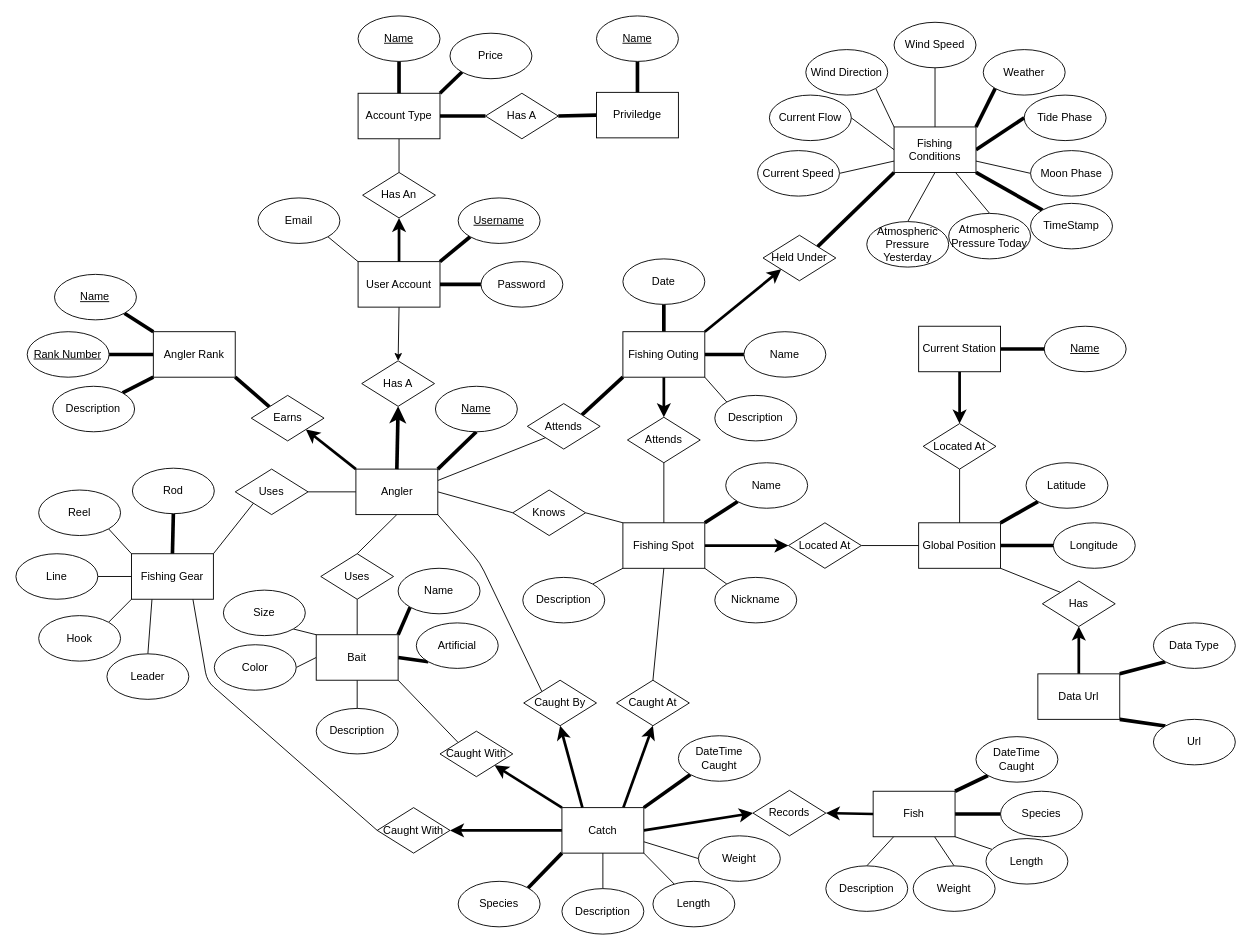
rjmcginness/FishingStories keeps this draw.io diagram as db_design/fishing.drawio. Above is the earlier version. Source tidied: cells renumbered, new cells numbered last; positions are measured from the earlier drawing's top-left corner, leaving out a move shared by most shapes. Both pictures are drawn from the tidied source at 91%, with x=0, y=0 at pixel (15, 15).
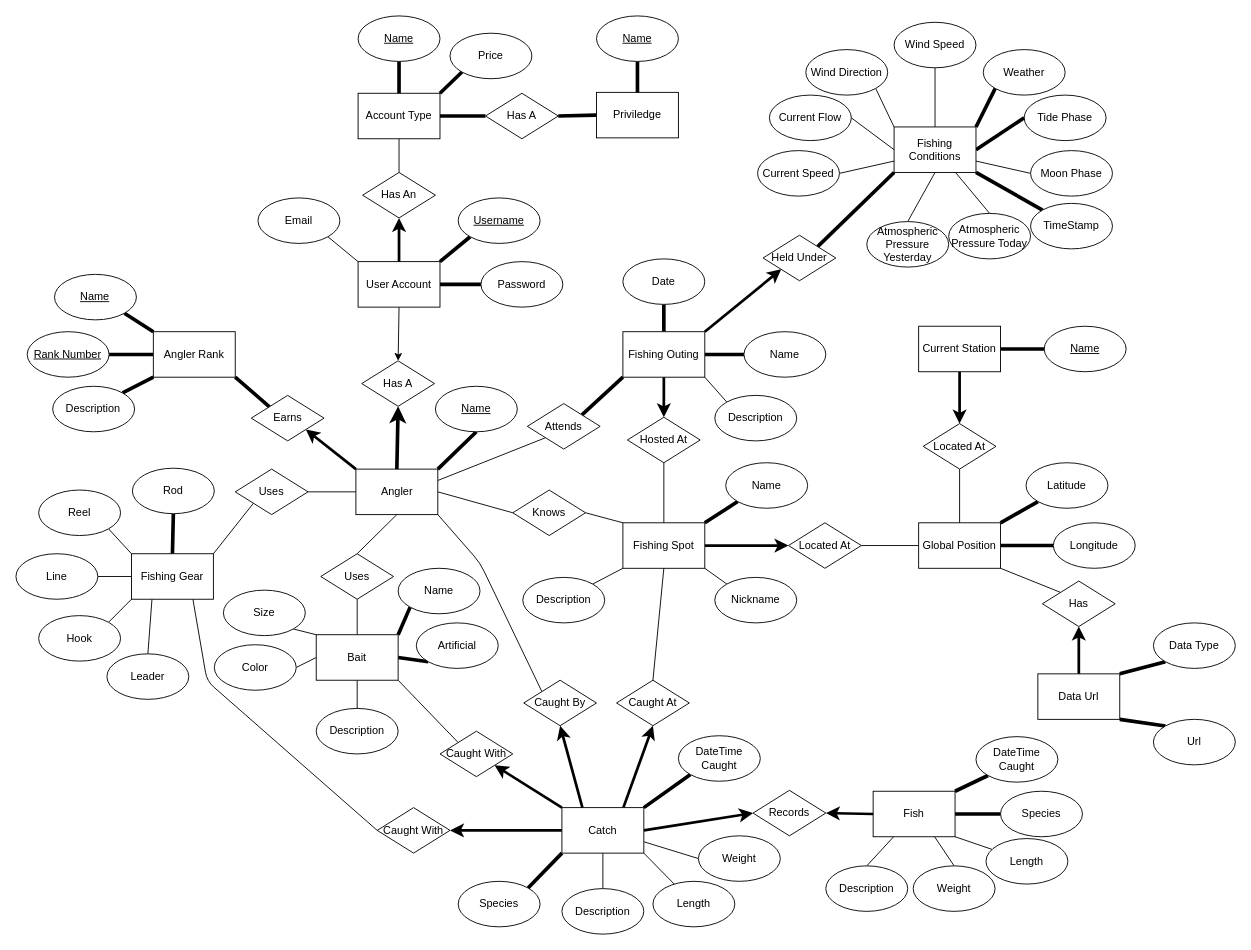
After the change.

The edit, as a diff of the source:
```diff
@@
-    <mxCell id="171" value="Attends" style="rhombus;whiteSpace=wrap;html=1;" parent="1" vertex="1">
+    <mxCell id="171" value="Hosted At" style="rhombus;whiteSpace=wrap;html=1;" parent="1" vertex="1">
       <mxGeometry x="672" y="441" width="80" height="50" as="geometry" />
     </mxCell>
```
